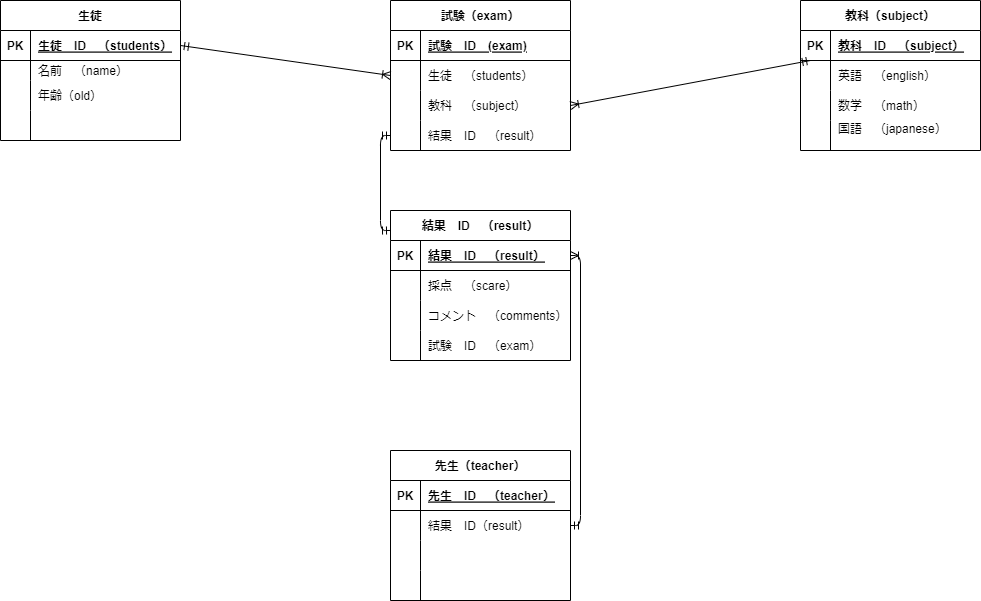
The draw.io diagram .drawio.png in piyotaro3/date-base, before a commit. Source tidied: cells renumbered, new cells last; positions are measured from the earlier drawing's top-left corner, leaving out a move shared by most shapes.
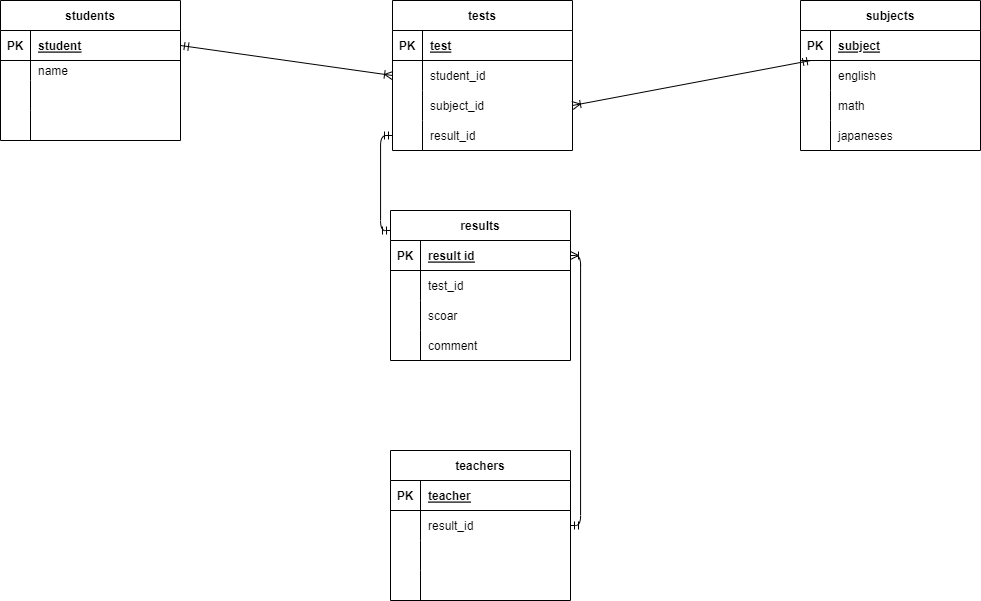
The same file after the commit.

What changed in the source:
```diff
@@ -2,7 +2,7 @@
   <root>
     <mxCell id="0" />
     <mxCell id="1" parent="0" />
-    <mxCell id="2" value="生徒" style="shape=table;startSize=30;rowLines=0;fontStyle=1;align=center;" parent="1" vertex="1">
+    <mxCell id="2" value="students" style="shape=table;startSize=30;rowLines=0;fontStyle=1;align=center;" parent="1" vertex="1">
       <mxGeometry width="180" height="140" as="geometry" />
     </mxCell>
     <mxCell id="3" style="shape=tableRow;horizontal=0;startSize=0;swimlaneHead=0;swimlaneBody=0;fillColor=none;points=[[0,0.5],[1,0.5]];portConstraint=eastwest;top=0;left=0;right=0;bottom=1;" parent="2" vertex="1">
@@ -11,7 +11,7 @@
     <mxCell id="4" value="PK" style="shape=partialRectangle;fillColor=none;top=0;left=0;bottom=0;right=0;fontStyle=1;overflow=hidden;" parent="3" vertex="1">
       <mxGeometry width="30" height="30" as="geometry" />
     </mxCell>
-    <mxCell id="5" value="生徒　ID　（students）" style="shape=partialRectangle;fillColor=none;top=0;left=0;bottom=0;right=0;align=left;spacingLeft=6;fontStyle=5;overflow=hidden;" parent="3" vertex="1">
+    <mxCell id="5" value="student" style="shape=partialRectangle;fillColor=none;top=0;left=0;bottom=0;right=0;align=left;spacingLeft=6;fontStyle=5;overflow=hidden;" parent="3" vertex="1">
       <mxGeometry x="30" width="150" height="30" as="geometry" />
     </mxCell>
     <mxCell id="6" style="shape=tableRow;horizontal=0;startSize=0;swimlaneHead=0;swimlaneBody=0;fillColor=none;top=0;left=0;right=0;bottom=0;" parent="2" vertex="1">
@@ -20,7 +20,7 @@
     <mxCell id="7" style="shape=partialRectangle;fillColor=none;top=0;left=0;bottom=0;right=0;overflow=hidden;" parent="6" vertex="1">
       <mxGeometry width="30" height="20" as="geometry" />
     </mxCell>
-    <mxCell id="8" value="名前　（name）" style="shape=partialRectangle;fillColor=none;top=0;left=0;bottom=0;right=0;align=left;spacingLeft=6;overflow=hidden;" parent="6" vertex="1">
+    <mxCell id="8" value="name" style="shape=partialRectangle;fillColor=none;top=0;left=0;bottom=0;right=0;align=left;spacingLeft=6;overflow=hidden;" parent="6" vertex="1">
       <mxGeometry x="30" width="150" height="20" as="geometry" />
     </mxCell>
     <mxCell id="9" style="shape=tableRow;horizontal=0;startSize=0;swimlaneHead=0;swimlaneBody=0;fillColor=none;top=0;left=0;right=0;bottom=0;" parent="2" vertex="1">
@@ -29,7 +29,7 @@
     <mxCell id="10" style="shape=partialRectangle;fillColor=none;top=0;left=0;bottom=0;right=0;overflow=hidden;" parent="9" vertex="1">
       <mxGeometry width="30" height="30" as="geometry" />
     </mxCell>
-    <mxCell id="11" value="年齢（old）" style="shape=partialRectangle;fillColor=none;top=0;left=0;bottom=0;right=0;align=left;spacingLeft=6;overflow=hidden;" parent="9" vertex="1">
+    <mxCell id="11" style="shape=partialRectangle;fillColor=none;top=0;left=0;bottom=0;right=0;align=left;spacingLeft=6;overflow=hidden;" parent="9" vertex="1">
       <mxGeometry x="30" width="150" height="30" as="geometry" />
     </mxCell>
     <mxCell id="12" style="shape=tableRow;horizontal=0;startSize=0;swimlaneHead=0;swimlaneBody=0;fillColor=none;top=0;left=0;right=0;bottom=0;" parent="2" vertex="1">
@@ -41,7 +41,7 @@
     <mxCell id="14" style="shape=partialRectangle;fillColor=none;top=0;left=0;bottom=0;right=0;align=left;spacingLeft=6;overflow=hidden;" parent="12" vertex="1">
       <mxGeometry x="30" width="150" height="30" as="geometry" />
     </mxCell>
-    <mxCell id="15" value="教科（subject）" style="shape=table;startSize=30;rowLines=0;fontStyle=1;align=center;" parent="1" vertex="1">
+    <mxCell id="15" value="subjects" style="shape=table;startSize=30;rowLines=0;fontStyle=1;align=center;" parent="1" vertex="1">
       <mxGeometry x="800" width="180" height="150" as="geometry" />
     </mxCell>
     <mxCell id="16" style="shape=tableRow;horizontal=0;startSize=0;swimlaneHead=0;swimlaneBody=0;fillColor=none;points=[[0,0.5],[1,0.5]];portConstraint=eastwest;top=0;left=0;right=0;bottom=1;" parent="15" vertex="1">
@@ -50,7 +50,7 @@
     <mxCell id="17" value="PK" style="shape=partialRectangle;fillColor=none;top=0;left=0;bottom=0;right=0;fontStyle=1;overflow=hidden;" parent="16" vertex="1">
       <mxGeometry width="30" height="30" as="geometry" />
     </mxCell>
-    <mxCell id="18" value="教科　ID　（subject）" style="shape=partialRectangle;fillColor=none;top=0;left=0;bottom=0;right=0;align=left;spacingLeft=6;fontStyle=5;overflow=hidden;" parent="16" vertex="1">
+    <mxCell id="18" value="subject" style="shape=partialRectangle;fillColor=none;top=0;left=0;bottom=0;right=0;align=left;spacingLeft=6;fontStyle=5;overflow=hidden;" parent="16" vertex="1">
       <mxGeometry x="30" width="150" height="30" as="geometry" />
     </mxCell>
     <mxCell id="19" style="shape=tableRow;horizontal=0;startSize=0;swimlaneHead=0;swimlaneBody=0;fillColor=none;top=0;left=0;right=0;bottom=0;" parent="15" vertex="1">
@@ -59,7 +59,7 @@
     <mxCell id="20" style="shape=partialRectangle;fillColor=none;top=0;left=0;bottom=0;right=0;overflow=hidden;" parent="19" vertex="1">
       <mxGeometry width="30" height="30" as="geometry" />
     </mxCell>
-    <mxCell id="21" value="英語　（english）" style="shape=partialRectangle;fillColor=none;top=0;left=0;bottom=0;right=0;align=left;spacingLeft=6;overflow=hidden;" parent="19" vertex="1">
+    <mxCell id="21" value="english" style="shape=partialRectangle;fillColor=none;top=0;left=0;bottom=0;right=0;align=left;spacingLeft=6;overflow=hidden;" parent="19" vertex="1">
       <mxGeometry x="30" width="150" height="30" as="geometry" />
     </mxCell>
     <mxCell id="22" style="shape=tableRow;horizontal=0;startSize=0;swimlaneHead=0;swimlaneBody=0;fillColor=none;top=0;left=0;right=0;bottom=0;" parent="15" vertex="1">
@@ -68,7 +68,7 @@
     <mxCell id="23" style="shape=partialRectangle;fillColor=none;top=0;left=0;bottom=0;right=0;overflow=hidden;" parent="22" vertex="1">
       <mxGeometry width="30" height="30" as="geometry" />
     </mxCell>
-    <mxCell id="24" value="数学　（math）" style="shape=partialRectangle;fillColor=none;top=0;left=0;bottom=0;right=0;align=left;spacingLeft=6;overflow=hidden;" parent="22" vertex="1">
+    <mxCell id="24" value="math" style="shape=partialRectangle;fillColor=none;top=0;left=0;bottom=0;right=0;align=left;spacingLeft=6;overflow=hidden;" parent="22" vertex="1">
       <mxGeometry x="30" width="150" height="30" as="geometry" />
     </mxCell>
     <mxCell id="25" style="shape=tableRow;horizontal=0;startSize=0;swimlaneHead=0;swimlaneBody=0;fillColor=none;top=0;left=0;right=0;bottom=0;" parent="15" vertex="1">
@@ -77,11 +77,11 @@
     <mxCell id="26" style="shape=partialRectangle;fillColor=none;top=0;left=0;bottom=0;right=0;overflow=hidden;" parent="25" vertex="1">
       <mxGeometry width="30" height="30" as="geometry" />
     </mxCell>
-    <mxCell id="27" value="国語　（japanese）&#10;" style="shape=partialRectangle;fillColor=none;top=0;left=0;bottom=0;right=0;align=left;spacingLeft=6;overflow=hidden;" parent="25" vertex="1">
+    <mxCell id="27" value="japaneses" style="shape=partialRectangle;fillColor=none;top=0;left=0;bottom=0;right=0;align=left;spacingLeft=6;overflow=hidden;" parent="25" vertex="1">
       <mxGeometry x="30" width="150" height="30" as="geometry" />
     </mxCell>
-    <mxCell id="28" value="試験（exam）" style="shape=table;startSize=30;rowLines=0;fontStyle=1;align=center;" parent="1" vertex="1">
-      <mxGeometry x="390" width="180" height="150" as="geometry" />
+    <mxCell id="28" value="tests" style="shape=table;startSize=30;rowLines=0;fontStyle=1;align=center;" parent="1" vertex="1">
+      <mxGeometry x="392" width="180" height="150" as="geometry" />
     </mxCell>
     <mxCell id="29" style="shape=tableRow;horizontal=0;startSize=0;swimlaneHead=0;swimlaneBody=0;fillColor=none;top=0;left=0;right=0;bottom=1;" parent="28" vertex="1">
       <mxGeometry y="30" width="180" height="30" as="geometry" />
@@ -89,7 +89,7 @@
     <mxCell id="30" value="PK" style="shape=partialRectangle;fillColor=none;top=0;left=0;bottom=0;right=0;fontStyle=1;overflow=hidden;" parent="29" vertex="1">
       <mxGeometry width="30" height="30" as="geometry" />
     </mxCell>
-    <mxCell id="31" value="試験　ID　(exam)" style="shape=partialRectangle;fillColor=none;top=0;left=0;bottom=0;right=0;align=left;spacingLeft=6;fontStyle=5;overflow=hidden;" parent="29" vertex="1">
+    <mxCell id="31" value="test" style="shape=partialRectangle;fillColor=none;top=0;left=0;bottom=0;right=0;align=left;spacingLeft=6;fontStyle=5;overflow=hidden;" parent="29" vertex="1">
       <mxGeometry x="30" width="150" height="30" as="geometry" />
     </mxCell>
     <mxCell id="32" style="shape=tableRow;horizontal=0;startSize=0;swimlaneHead=0;swimlaneBody=0;fillColor=none;points=[[0,0.5],[1,0.5]];portConstraint=eastwest;top=0;left=0;right=0;bottom=0;" parent="28" vertex="1">
@@ -98,7 +98,7 @@
     <mxCell id="33" style="shape=partialRectangle;fillColor=none;top=0;left=0;bottom=0;right=0;overflow=hidden;" parent="32" vertex="1">
       <mxGeometry width="30" height="30" as="geometry" />
     </mxCell>
-    <mxCell id="34" value="生徒　（students）" style="shape=partialRectangle;fillColor=none;top=0;left=0;bottom=0;right=0;align=left;spacingLeft=6;overflow=hidden;" parent="32" vertex="1">
+    <mxCell id="34" value="student_id" style="shape=partialRectangle;fillColor=none;top=0;left=0;bottom=0;right=0;align=left;spacingLeft=6;overflow=hidden;" parent="32" vertex="1">
       <mxGeometry x="30" width="150" height="30" as="geometry" />
     </mxCell>
     <mxCell id="35" style="shape=tableRow;horizontal=0;startSize=0;swimlaneHead=0;swimlaneBody=0;fillColor=none;points=[[0,0.5],[1,0.5]];portConstraint=eastwest;top=0;left=0;right=0;bottom=0;" parent="28" vertex="1">
@@ -107,7 +107,7 @@
     <mxCell id="36" style="shape=partialRectangle;fillColor=none;top=0;left=0;bottom=0;right=0;overflow=hidden;" parent="35" vertex="1">
       <mxGeometry width="30" height="30" as="geometry" />
     </mxCell>
-    <mxCell id="37" value="教科　（subject）" style="shape=partialRectangle;fillColor=none;top=0;left=0;bottom=0;right=0;align=left;spacingLeft=6;overflow=hidden;" parent="35" vertex="1">
+    <mxCell id="37" value="subject_id" style="shape=partialRectangle;fillColor=none;top=0;left=0;bottom=0;right=0;align=left;spacingLeft=6;overflow=hidden;" parent="35" vertex="1">
       <mxGeometry x="30" width="150" height="30" as="geometry" />
     </mxCell>
     <mxCell id="38" style="shape=tableRow;horizontal=0;startSize=0;swimlaneHead=0;swimlaneBody=0;fillColor=none;points=[[0,0.5],[1,0.5]];portConstraint=eastwest;top=0;left=0;right=0;bottom=0;" parent="28" vertex="1">
@@ -116,13 +116,13 @@
     <mxCell id="39" style="shape=partialRectangle;fillColor=none;top=0;left=0;bottom=0;right=0;overflow=hidden;" parent="38" vertex="1">
       <mxGeometry width="30" height="30" as="geometry" />
     </mxCell>
-    <mxCell id="40" value="結果　ID　（result）" style="shape=partialRectangle;fillColor=none;top=0;left=0;bottom=0;right=0;align=left;spacingLeft=6;overflow=hidden;" parent="38" vertex="1">
+    <mxCell id="40" value="result_id" style="shape=partialRectangle;fillColor=none;top=0;left=0;bottom=0;right=0;align=left;spacingLeft=6;overflow=hidden;" parent="38" vertex="1">
       <mxGeometry x="30" width="150" height="30" as="geometry" />
     </mxCell>
     <mxCell id="41" style="fontSize=12;html=1;endArrow=ERoneToMany;startArrow=ERmandOne;exitX=1;exitY=0.5;exitDx=0;exitDy=0;entryX=0;entryY=0.5;entryDx=0;entryDy=0;" parent="1" edge="1" source="3" target="32">
       <mxGeometry relative="1" as="geometry" />
     </mxCell>
-    <mxCell id="42" value="結果　ID　（result）" style="shape=table;startSize=30;rowLines=0;fontStyle=1;align=center;" parent="1" vertex="1">
+    <mxCell id="42" value="results" style="shape=table;startSize=30;rowLines=0;fontStyle=1;align=center;" parent="1" vertex="1">
       <mxGeometry x="390" y="210" width="180" height="150" as="geometry" />
     </mxCell>
     <mxCell id="43" style="shape=tableRow;horizontal=0;startSize=0;swimlaneHead=0;swimlaneBody=0;fillColor=none;points=[[0,0.5],[1,0.5]];portConstraint=eastwest;top=0;left=0;right=0;bottom=1;" parent="42" vertex="1">
@@ -131,37 +131,37 @@
     <mxCell id="44" value="PK" style="shape=partialRectangle;fillColor=none;top=0;left=0;bottom=0;right=0;fontStyle=1;overflow=hidden;" parent="43" vertex="1">
       <mxGeometry width="30" height="30" as="geometry" />
     </mxCell>
-    <mxCell id="45" value="結果　ID　（result）" style="shape=partialRectangle;fillColor=none;top=0;left=0;bottom=0;right=0;align=left;spacingLeft=6;fontStyle=5;overflow=hidden;" parent="43" vertex="1">
+    <mxCell id="45" value="result id" style="shape=partialRectangle;fillColor=none;top=0;left=0;bottom=0;right=0;align=left;spacingLeft=6;fontStyle=5;overflow=hidden;" parent="43" vertex="1">
       <mxGeometry x="30" width="150" height="30" as="geometry" />
     </mxCell>
+    <mxCell id="52" style="shape=tableRow;horizontal=0;startSize=0;swimlaneHead=0;swimlaneBody=0;fillColor=none;top=0;left=0;right=0;bottom=0;" parent="42" vertex="1">
+      <mxGeometry y="60" width="180" height="30" as="geometry" />
+    </mxCell>
+    <mxCell id="53" style="shape=partialRectangle;fillColor=none;top=0;left=0;bottom=0;right=0;overflow=hidden;" parent="52" vertex="1">
+      <mxGeometry width="30" height="30" as="geometry" />
+    </mxCell>
+    <mxCell id="54" value="test_id" style="shape=partialRectangle;fillColor=none;top=0;left=0;bottom=0;right=0;align=left;spacingLeft=6;overflow=hidden;" parent="52" vertex="1">
+      <mxGeometry x="30" width="150" height="30" as="geometry" />
+    </mxCell>
     <mxCell id="46" style="shape=tableRow;horizontal=0;startSize=0;swimlaneHead=0;swimlaneBody=0;fillColor=none;top=0;left=0;right=0;bottom=0;" parent="42" vertex="1">
-      <mxGeometry y="60" width="180" height="30" as="geometry" />
+      <mxGeometry y="90" width="180" height="30" as="geometry" />
     </mxCell>
     <mxCell id="47" style="shape=partialRectangle;fillColor=none;top=0;left=0;bottom=0;right=0;overflow=hidden;" parent="46" vertex="1">
       <mxGeometry width="30" height="30" as="geometry" />
     </mxCell>
-    <mxCell id="48" value="採点　（scare）" style="shape=partialRectangle;fillColor=none;top=0;left=0;bottom=0;right=0;align=left;spacingLeft=6;overflow=hidden;" parent="46" vertex="1">
+    <mxCell id="48" value="scoar" style="shape=partialRectangle;fillColor=none;top=0;left=0;bottom=0;right=0;align=left;spacingLeft=6;overflow=hidden;" parent="46" vertex="1">
       <mxGeometry x="30" width="150" height="30" as="geometry" />
     </mxCell>
     <mxCell id="49" style="shape=tableRow;horizontal=0;startSize=0;swimlaneHead=0;swimlaneBody=0;fillColor=none;top=0;left=0;right=0;bottom=0;" parent="42" vertex="1">
-      <mxGeometry y="90" width="180" height="30" as="geometry" />
+      <mxGeometry y="120" width="180" height="30" as="geometry" />
     </mxCell>
     <mxCell id="50" style="shape=partialRectangle;fillColor=none;top=0;left=0;bottom=0;right=0;overflow=hidden;" parent="49" vertex="1">
       <mxGeometry width="30" height="30" as="geometry" />
     </mxCell>
-    <mxCell id="51" value="コメント　（comments）" style="shape=partialRectangle;fillColor=none;top=0;left=0;bottom=0;right=0;align=left;spacingLeft=6;overflow=hidden;" parent="49" vertex="1">
+    <mxCell id="51" value="comment" style="shape=partialRectangle;fillColor=none;top=0;left=0;bottom=0;right=0;align=left;spacingLeft=6;overflow=hidden;" parent="49" vertex="1">
       <mxGeometry x="30" width="150" height="30" as="geometry" />
     </mxCell>
-    <mxCell id="52" style="shape=tableRow;horizontal=0;startSize=0;swimlaneHead=0;swimlaneBody=0;fillColor=none;top=0;left=0;right=0;bottom=0;" parent="42" vertex="1">
-      <mxGeometry y="120" width="180" height="30" as="geometry" />
-    </mxCell>
-    <mxCell id="53" style="shape=partialRectangle;fillColor=none;top=0;left=0;bottom=0;right=0;overflow=hidden;" parent="52" vertex="1">
-      <mxGeometry width="30" height="30" as="geometry" />
-    </mxCell>
-    <mxCell id="54" value="試験　ID　（exam）" style="shape=partialRectangle;fillColor=none;top=0;left=0;bottom=0;right=0;align=left;spacingLeft=6;overflow=hidden;" parent="52" vertex="1">
-      <mxGeometry x="30" width="150" height="30" as="geometry" />
-    </mxCell>
-    <mxCell id="55" value="先生（teacher）" style="shape=table;startSize=30;rowLines=0;fontStyle=1;align=center;" parent="1" vertex="1">
+    <mxCell id="55" value="teachers" style="shape=table;startSize=30;rowLines=0;fontStyle=1;align=center;" parent="1" vertex="1">
       <mxGeometry x="390" y="450" width="180" height="150" as="geometry" />
     </mxCell>
     <mxCell id="56" style="shape=tableRow;horizontal=0;startSize=0;swimlaneHead=0;swimlaneBody=0;fillColor=none;top=0;left=0;right=0;bottom=1;" parent="55" vertex="1">
@@ -170,7 +170,7 @@
     <mxCell id="57" value="PK" style="shape=partialRectangle;fillColor=none;top=0;left=0;bottom=0;right=0;fontStyle=1;overflow=hidden;" parent="56" vertex="1">
       <mxGeometry width="30" height="30" as="geometry" />
     </mxCell>
-    <mxCell id="58" value="先生　ID　（teacher）" style="shape=partialRectangle;fillColor=none;top=0;left=0;bottom=0;right=0;align=left;spacingLeft=6;fontStyle=5;overflow=hidden;" parent="56" vertex="1">
+    <mxCell id="58" value="teacher" style="shape=partialRectangle;fillColor=none;top=0;left=0;bottom=0;right=0;align=left;spacingLeft=6;fontStyle=5;overflow=hidden;" parent="56" vertex="1">
       <mxGeometry x="30" width="150" height="30" as="geometry" />
     </mxCell>
     <mxCell id="59" style="shape=tableRow;horizontal=0;startSize=0;swimlaneHead=0;swimlaneBody=0;fillColor=none;points=[[0,0.5],[1,0.5]];portConstraint=eastwest;top=0;left=0;right=0;bottom=0;" parent="55" vertex="1">
@@ -179,7 +179,7 @@
     <mxCell id="60" style="shape=partialRectangle;fillColor=none;top=0;left=0;bottom=0;right=0;overflow=hidden;" parent="59" vertex="1">
       <mxGeometry width="30" height="30" as="geometry" />
     </mxCell>
-    <mxCell id="61" value="結果　ID（result）" style="shape=partialRectangle;fillColor=none;top=0;left=0;bottom=0;right=0;align=left;spacingLeft=6;overflow=hidden;" parent="59" vertex="1">
+    <mxCell id="61" value="result_id" style="shape=partialRectangle;fillColor=none;top=0;left=0;bottom=0;right=0;align=left;spacingLeft=6;overflow=hidden;" parent="59" vertex="1">
       <mxGeometry x="30" width="150" height="30" as="geometry" />
     </mxCell>
     <mxCell id="62" style="shape=tableRow;horizontal=0;startSize=0;swimlaneHead=0;swimlaneBody=0;fillColor=none;top=0;left=0;right=0;bottom=0;" parent="55" vertex="1">
```
